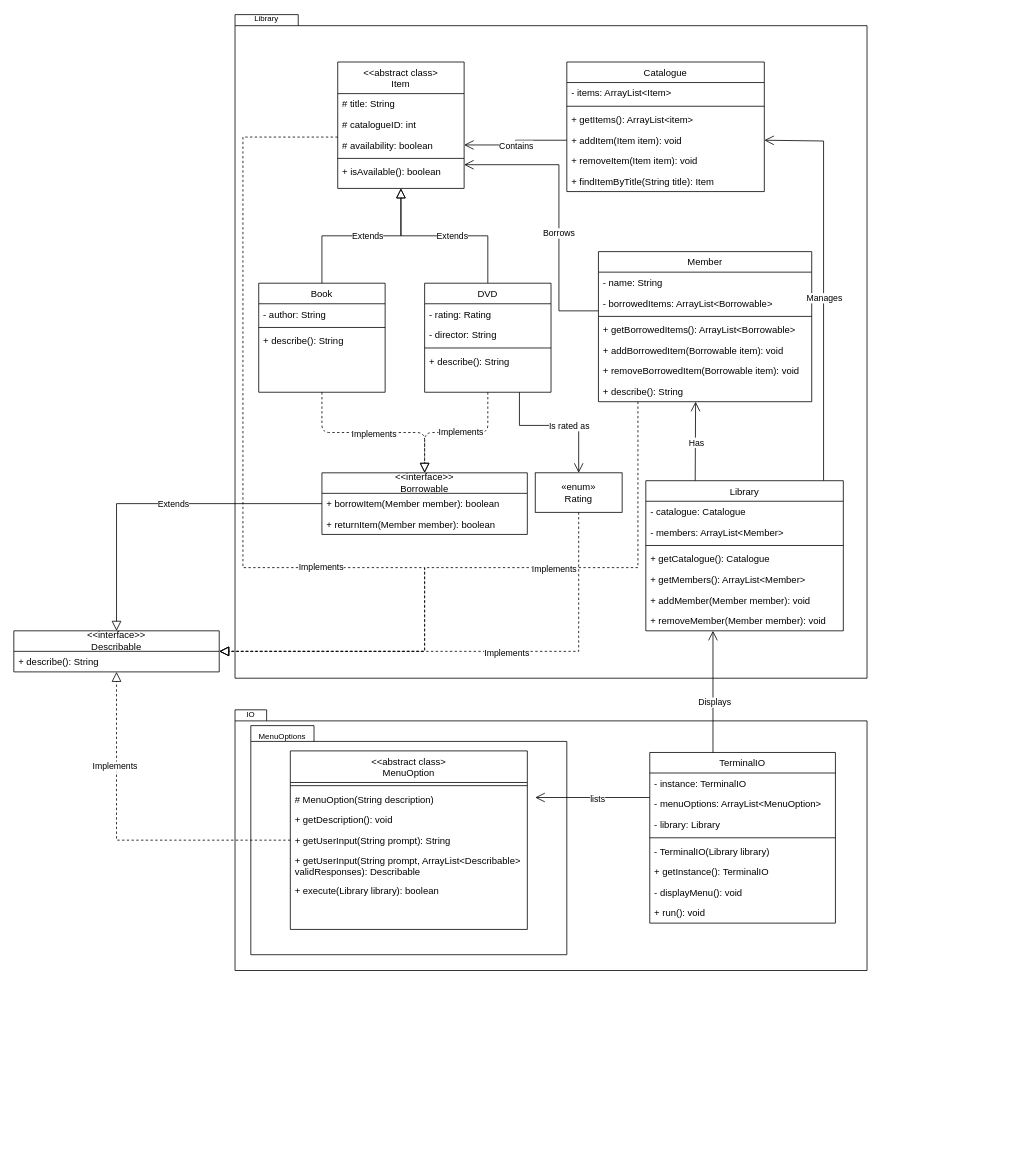
Earlier version of the draw.io diagram Documentation/class_diagram.drawio (josiahschuller/integradev-task). Source tidied: cells renumbered, new cells numbered last; positions are measured from the earlier drawing's top-left corner, leaving out a move shared by most shapes. Both pictures are drawn from the tidied source at 79%, with x=0, y=0 at pixel (13, 14).
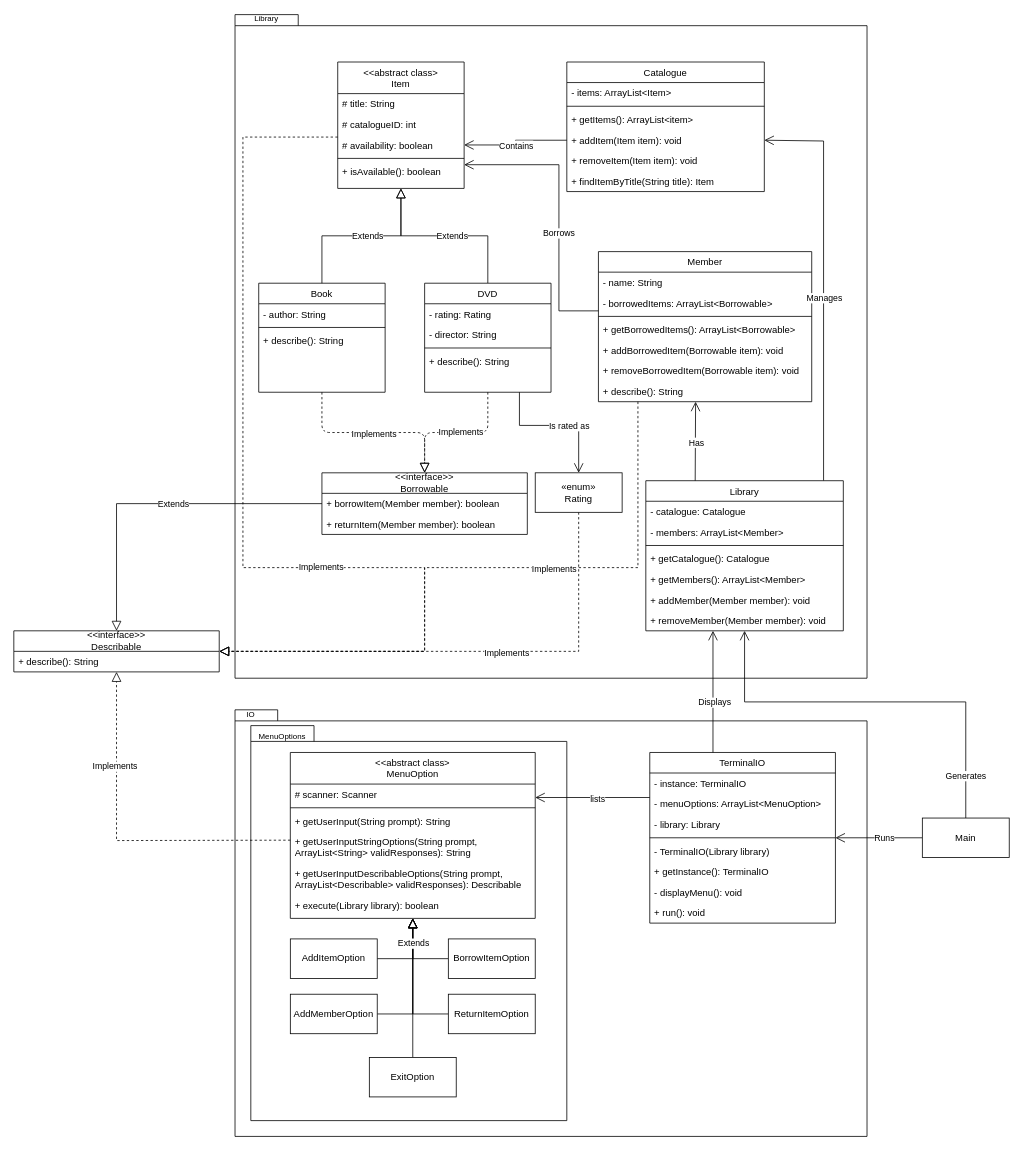
After the change.

Commit message (it also covers changes not shown here):
Updated class diagram and saved to png

Unchanged cells that the change refers to:
```xml
<mxCell id="60" value="Library" style="swimlane;fontStyle=0;align=center;verticalAlign=top;horizontal=1;startSize=26;rounded=0;shadow=0;strokeWidth=1;" parent="1" vertex="1">
  <mxGeometry x="800" y="590" width="250" height="190" as="geometry" />
</mxCell>
<mxCell id="71" value="TerminalIO" style="swimlane;fontStyle=0;align=center;verticalAlign=top;horizontal=1;startSize=26;rounded=0;shadow=0;strokeWidth=1;" parent="1" vertex="1">
  <mxGeometry x="805" y="934" width="235" height="216" as="geometry" />
</mxCell>
<mxCell id="98" value="&amp;lt;&amp;lt;interface&amp;gt;&amp;gt;&lt;div&gt;Describable&lt;/div&gt;" style="swimlane;fontStyle=0;horizontal=1;startSize=26;fillColor=none;whiteSpace=wrap;html=1;" parent="1" vertex="1">
  <mxGeometry y="780" width="260" height="52" as="geometry" />
</mxCell>
```

The edit, as a diff of the source:
```diff
@@
     <mxCell id="2" style="shape=folder;fontStyle=1;spacingTop=10;tabWidth=40;tabHeight=14;tabPosition=left;html=1;whiteSpace=wrap;" parent="1" vertex="1">
-      <mxGeometry x="280" y="880" width="800" height="330" as="geometry" />
+      <mxGeometry x="280" y="880" width="800" height="540" as="geometry" />
     </mxCell>
     <mxCell id="3" style="shape=folder;fontStyle=1;spacingTop=10;tabWidth=80;tabHeight=20;tabPosition=left;html=1;whiteSpace=wrap;" parent="1" vertex="1">
-      <mxGeometry x="300" y="900" width="400" height="290" as="geometry" />
+      <mxGeometry x="300" y="900" width="400" height="500" as="geometry" />
     </mxCell>
@@
-    <mxCell id="85" style="edgeStyle=orthogonalEdgeStyle;rounded=0;jettySize=auto;html=1;endArrow=block;endFill=0;endSize=10;dashed=1;" parent="1" edge="1" source="87" target="98">
-      <mxGeometry relative="1" as="geometry" />
+    <mxCell id="85" style="edgeStyle=orthogonalEdgeStyle;rounded=0;jettySize=auto;html=1;endArrow=block;endFill=0;endSize=10;dashed=1;" parent="1" edge="1" target="98">
+      <mxGeometry relative="1" as="geometry">
+        <mxPoint x="350" y="1045" as="sourcePoint" />
+      </mxGeometry>
     </mxCell>
@@
-    <mxCell id="87" value="&lt;&lt;abstract class&gt;&#10;MenuOption" style="swimlane;fontStyle=0;align=center;verticalAlign=top;horizontal=1;startSize=40;rounded=0;shadow=0;strokeWidth=1;whiteSpace=wrap;" parent="1" vertex="1">
-      <mxGeometry x="350" y="932" width="300" height="226" as="geometry" />
-    </mxCell>
-    <mxCell id="88" style="line;html=1;strokeWidth=1;align=left;verticalAlign=middle;spacingTop=-1;spacingLeft=3;spacingRight=3;labelPosition=right;" parent="87" vertex="1">
-      <mxGeometry y="40" width="300" height="8" as="geometry" />
-    </mxCell>
-    <mxCell id="89" value="# MenuOption(String description)" style="text;align=left;verticalAlign=top;spacingLeft=4;spacingRight=4;overflow=hidden;" parent="87" vertex="1">
-      <mxGeometry y="48" width="300" height="26" as="geometry" />
-    </mxCell>
-    <mxCell id="90" value="+ getDescription(): void" style="text;align=left;verticalAlign=top;spacingLeft=4;spacingRight=4;overflow=hidden;" parent="87" vertex="1">
-      <mxGeometry y="74" width="300" height="26" as="geometry" />
-    </mxCell>
-    <mxCell id="91" value="+ getUserInput(String prompt): String" style="text;align=left;verticalAlign=top;spacingLeft=4;spacingRight=4;overflow=hidden;" parent="87" vertex="1">
-      <mxGeometry y="100" width="300" height="26" as="geometry" />
-    </mxCell>
-    <mxCell id="92" value="+ getUserInput(String prompt, ArrayList&lt;Describable&gt; validResponses): Describable" style="text;align=left;verticalAlign=top;spacingLeft=4;spacingRight=4;overflow=hidden;whiteSpace=wrap;" parent="87" vertex="1">
-      <mxGeometry y="126" width="300" height="38" as="geometry" />
-    </mxCell>
-    <mxCell id="93" value="+ execute(Library library): boolean" style="text;align=left;verticalAlign=top;spacingLeft=4;spacingRight=4;overflow=hidden;" parent="87" vertex="1">
-      <mxGeometry y="164" width="300" height="26" as="geometry" />
-    </mxCell>
@@
+    <mxCell id="87" value="&lt;&lt;abstract class&gt;&#10;MenuOption" style="swimlane;fontStyle=0;align=center;verticalAlign=top;horizontal=1;startSize=40;rounded=0;shadow=0;strokeWidth=1;" parent="1" vertex="1">
+      <mxGeometry x="350" y="934" width="310" height="210" as="geometry" />
+    </mxCell>
+    <mxCell id="100" value="# scanner: Scanner" style="text;align=left;verticalAlign=top;spacingLeft=4;spacingRight=4;overflow=hidden;" parent="87" vertex="1">
+      <mxGeometry y="40" width="310" height="26" as="geometry" />
+    </mxCell>
+    <mxCell id="101" style="line;html=1;strokeWidth=1;align=left;verticalAlign=middle;spacingTop=-1;spacingLeft=3;spacingRight=3;labelPosition=right;" parent="87" vertex="1">
+      <mxGeometry y="66" width="310" height="8" as="geometry" />
+    </mxCell>
+    <mxCell id="91" value="+ getUserInput(String prompt): String" style="text;align=left;verticalAlign=top;spacingLeft=4;spacingRight=4;overflow=hidden;fontStyle=0;" parent="87" vertex="1">
+      <mxGeometry y="74" width="310" height="26" as="geometry" />
+    </mxCell>
+    <mxCell id="102" value="+ getUserInputStringOptions(String prompt, ArrayList&lt;String&gt; validResponses): String" style="text;align=left;verticalAlign=top;spacingLeft=4;spacingRight=4;overflow=hidden;fontStyle=0;whiteSpace=wrap;" parent="87" vertex="1">
+      <mxGeometry y="100" width="310" height="40" as="geometry" />
+    </mxCell>
+    <mxCell id="103" value="+ getUserInputDescribableOptions(String prompt, ArrayList&lt;Describable&gt; validResponses): Describable" style="text;align=left;verticalAlign=top;spacingLeft=4;spacingRight=4;overflow=hidden;fontStyle=0;whiteSpace=wrap;" parent="87" vertex="1">
+      <mxGeometry y="140" width="310" height="40" as="geometry" />
+    </mxCell>
+    <mxCell id="93" value="+ execute(Library library): boolean" style="text;align=left;verticalAlign=top;spacingLeft=4;spacingRight=4;overflow=hidden;fontStyle=0;" parent="87" vertex="1">
+      <mxGeometry y="180" width="310" height="26" as="geometry" />
+    </mxCell>
+    <mxCell id="104" style="edgeStyle=orthogonalEdgeStyle;rounded=0;jettySize=auto;html=1;exitX=1;exitY=0.5;exitDx=0;exitDy=0;endSize=10;endArrow=block;endFill=0;" parent="1" edge="1" source="105" target="87">
+      <mxGeometry relative="1" as="geometry" />
+    </mxCell>
+    <mxCell id="105" value="AddItemOption" style="html=1;whiteSpace=wrap;" parent="1" vertex="1">
+      <mxGeometry x="350" y="1170" width="110" height="50" as="geometry" />
+    </mxCell>
+    <mxCell id="106" style="edgeStyle=orthogonalEdgeStyle;rounded=0;jettySize=auto;html=1;exitX=1;exitY=0.5;exitDx=0;exitDy=0;endSize=10;endArrow=block;endFill=0;" parent="1" edge="1" source="107" target="87">
+      <mxGeometry relative="1" as="geometry" />
+    </mxCell>
+    <mxCell id="107" value="AddMemberOption" style="html=1;whiteSpace=wrap;" parent="1" vertex="1">
+      <mxGeometry x="350" y="1240" width="110" height="50" as="geometry" />
+    </mxCell>
+    <mxCell id="108" style="edgeStyle=orthogonalEdgeStyle;rounded=0;jettySize=auto;html=1;exitX=0;exitY=0.5;exitDx=0;exitDy=0;endSize=10;endArrow=block;endFill=0;" parent="1" edge="1" source="109" target="87">
+      <mxGeometry relative="1" as="geometry" />
+    </mxCell>
+    <mxCell id="109" value="BorrowItemOption" style="html=1;whiteSpace=wrap;" parent="1" vertex="1">
+      <mxGeometry x="550" y="1170" width="110" height="50" as="geometry" />
+    </mxCell>
+    <mxCell id="110" style="edgeStyle=orthogonalEdgeStyle;rounded=0;jettySize=auto;html=1;exitX=0;exitY=0.5;exitDx=0;exitDy=0;endArrow=block;endFill=0;endSize=10;" parent="1" edge="1" source="111" target="87">
+      <mxGeometry relative="1" as="geometry" />
+    </mxCell>
+    <mxCell id="111" value="ReturnItemOption" style="html=1;whiteSpace=wrap;" parent="1" vertex="1">
+      <mxGeometry x="550" y="1240" width="110" height="50" as="geometry" />
+    </mxCell>
+    <mxCell id="112" style="edgeStyle=orthogonalEdgeStyle;rounded=0;jettySize=auto;html=1;endSize=10;endArrow=block;endFill=0;" parent="1" edge="1" source="114" target="87">
+      <mxGeometry relative="1" as="geometry" />
+    </mxCell>
+    <mxCell id="113" value="Extends" style="edgeLabel;html=1;align=center;verticalAlign=middle;" parent="112" vertex="1">
+      <mxGeometry x="0.65" relative="1" as="geometry" />
+    </mxCell>
+    <mxCell id="114" value="ExitOption" style="html=1;whiteSpace=wrap;" parent="1" vertex="1">
+      <mxGeometry x="450" y="1320" width="110" height="50" as="geometry" />
+    </mxCell>
+    <mxCell id="115" style="edgeStyle=orthogonalEdgeStyle;rounded=0;jettySize=auto;html=1;endArrow=open;endFill=0;endSize=10;" parent="1" edge="1" source="119" target="71">
+      <mxGeometry relative="1" as="geometry" />
+    </mxCell>
+    <mxCell id="116" value="Runs" style="edgeLabel;html=1;align=center;verticalAlign=middle;" parent="115" vertex="1">
+      <mxGeometry x="-0.11" relative="1" as="geometry" />
+    </mxCell>
+    <mxCell id="117" style="edgeStyle=orthogonalEdgeStyle;rounded=0;jettySize=auto;html=1;endArrow=open;endFill=0;endSize=10;" parent="1" edge="1" source="119" target="60">
+      <mxGeometry relative="1" as="geometry">
+        <Array as="points">
+          <mxPoint x="1205" y="870" />
+          <mxPoint x="925" y="870" />
+        </Array>
+      </mxGeometry>
+    </mxCell>
+    <mxCell id="118" value="Generates" style="edgeLabel;html=1;align=center;verticalAlign=middle;" parent="117" vertex="1">
+      <mxGeometry x="-0.79" y="1" relative="1" as="geometry" />
+    </mxCell>
+    <mxCell id="119" value="Main" style="html=1;whiteSpace=wrap;" parent="1" vertex="1">
+      <mxGeometry x="1150" y="1017" width="110" height="50" as="geometry" />
+    </mxCell>
```
